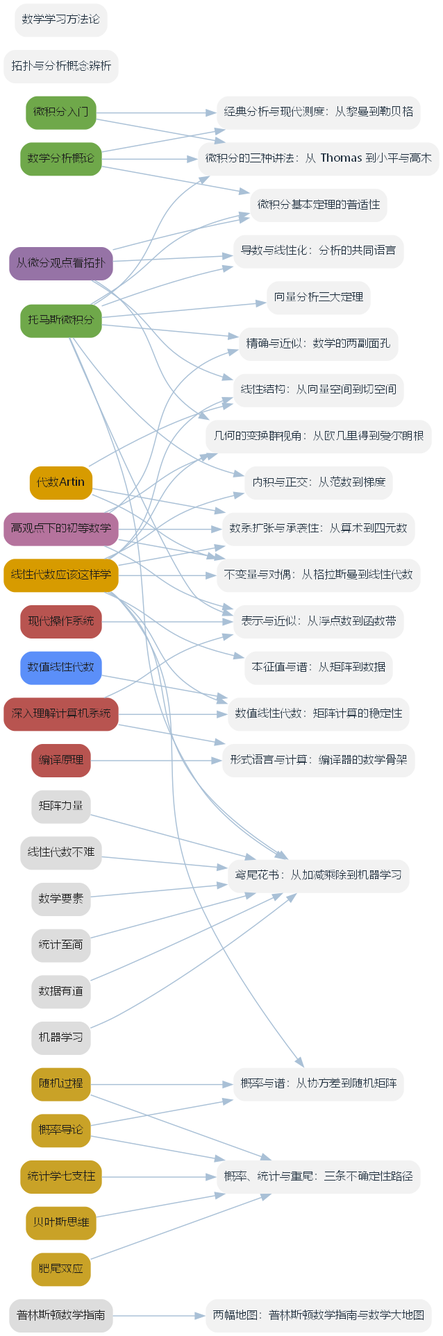
Before: book/figures/fig-bridges.png, a diagram exported from Graphviz (lyp0746/lyp-notes). Its source is kept beside it as book/figures/fig-bridges.dot.
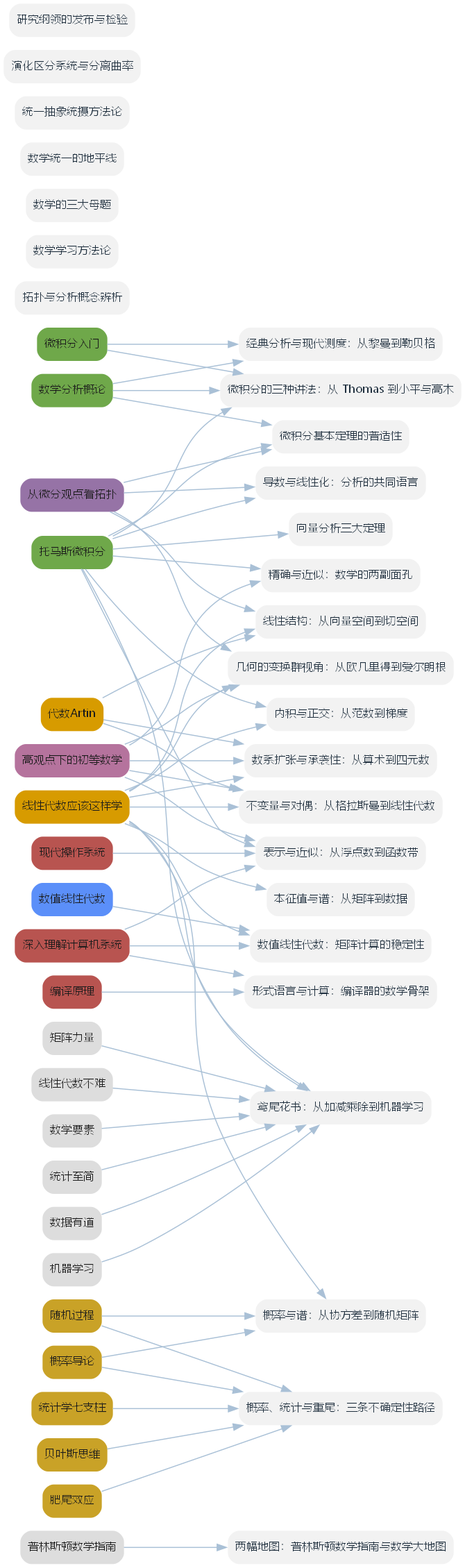
After the change.

Change to the diagram source:
```diff
@@ -46,6 +46,11 @@
   T_18 [label="两幅地图：普林斯顿数学指南与数学大地图", fillcolor="#F2F2F2", fontcolor="#20303F"];
   T_19 [label="鸢尾花书：从加减乘除到机器学习", fillcolor="#F2F2F2", fontcolor="#20303F"];
   T_20 [label="经典分析与现代测度：从黎曼到勒贝格", fillcolor="#F2F2F2", fontcolor="#20303F"];
+  T_21 [label="数学的三大母题", fillcolor="#F2F2F2", fontcolor="#20303F"];
+  T_22 [label="数学统一的地平线", fillcolor="#F2F2F2", fontcolor="#20303F"];
+  T_23 [label="统一抽象统摄方法论", fillcolor="#F2F2F2", fontcolor="#20303F"];
+  T_24 [label="演化区分系统与分离曲率", fillcolor="#F2F2F2", fontcolor="#20303F"];
+  T_25 [label="研究纲领的发布与检验", fillcolor="#F2F2F2", fontcolor="#20303F"];
   B_CA -> T_0;
   B_DT -> T_0;
   B_LA -> T_1;
```
